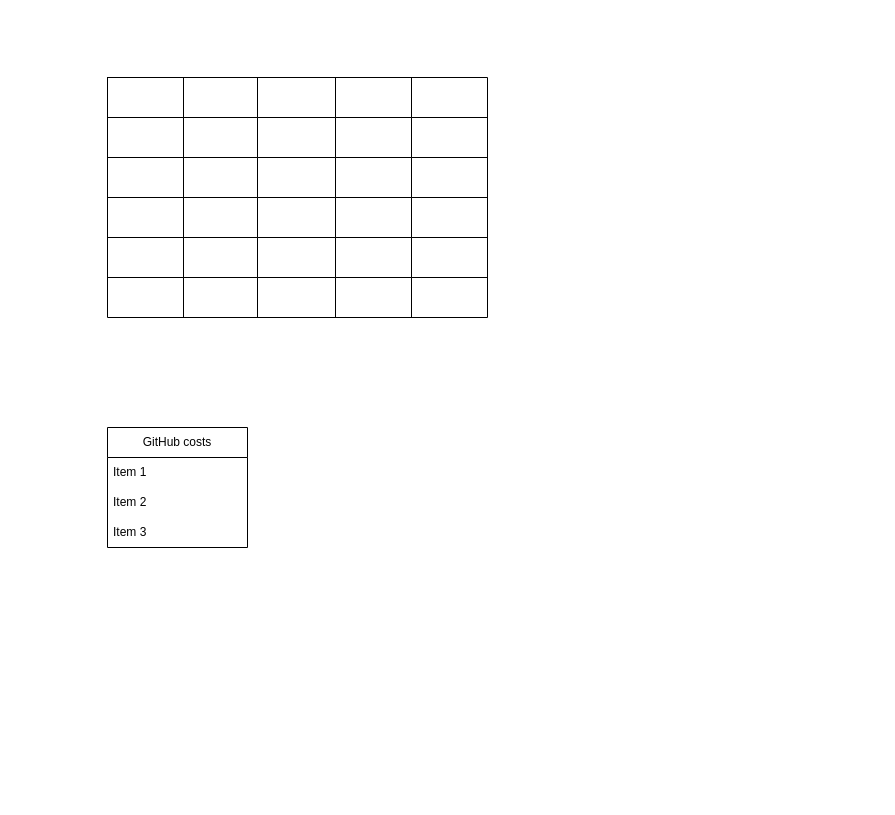
Earlier version of the draw.io diagram page "Cost Estimation" (3 of 3) of timeline.drawio (orenevan/diagrams). Source tidied: cells renumbered, new cells numbered last; positions are measured from the earlier drawing's top-left corner, leaving out a move shared by most shapes. Both pictures are drawn from the tidied source at 100%, with x=0, y=0 at pixel (107, 77). Pictures stored in the file or linked from it are replaced by grey dashed boxes.
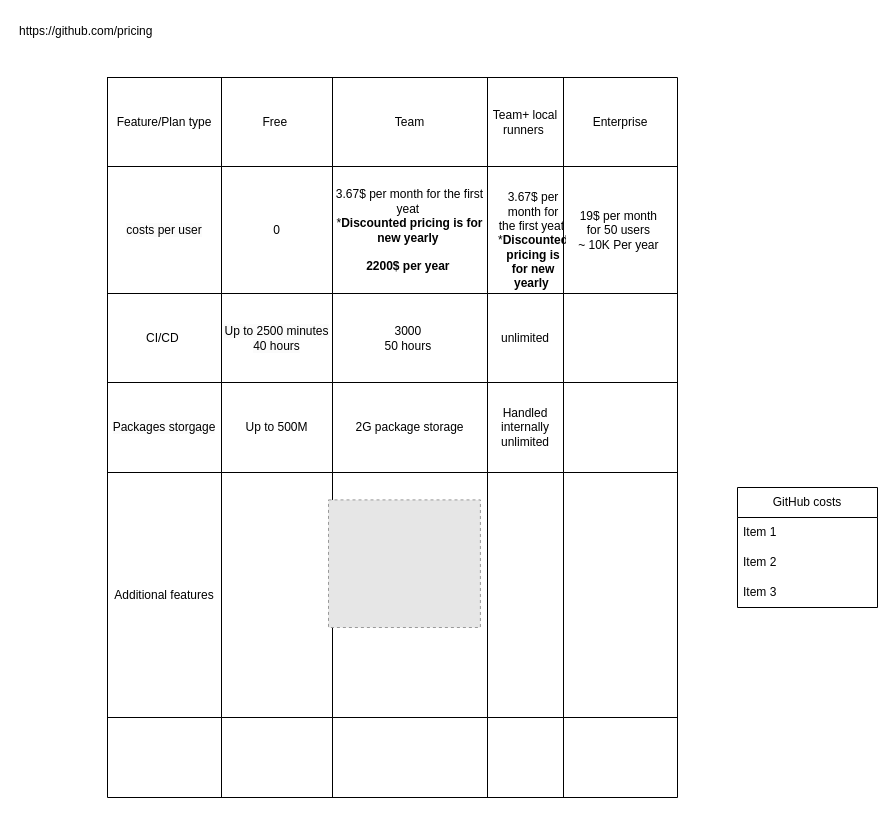
After the change.

Change to the diagram source:
```diff
@@
     <mxCell id="2" value="GitHub costs" style="swimlane;fontStyle=0;horizontal=1;startSize=30;whiteSpace=wrap;html=1;" parent="1" vertex="1">
-      <mxGeometry y="350" width="140" height="120" as="geometry" />
+      <mxGeometry x="630" y="410" width="140" height="120" as="geometry" />
     </mxCell>
@@
     <mxCell id="6" style="shape=table;startSize=0;childLayout=tableLayout;" parent="1" vertex="1">
-      <mxGeometry width="380" height="240" as="geometry" />
+      <mxGeometry width="570" height="720" as="geometry" />
     </mxCell>
     <mxCell id="7" style="shape=tableRow;horizontal=0;startSize=0;swimlaneHead=0;swimlaneBody=0;strokeColor=inherit;top=0;left=0;bottom=0;right=0;fillColor=none;" parent="6" vertex="1">
-      <mxGeometry width="380" height="40" as="geometry" />
+      <mxGeometry width="570" height="89" as="geometry" />
     </mxCell>
-    <mxCell id="8" style="shape=partialRectangle;html=1;whiteSpace=wrap;strokeColor=inherit;overflow=hidden;fillColor=none;top=0;left=0;bottom=0;right=0;" parent="7" vertex="1">
-      <mxGeometry width="76" height="40" as="geometry" />
+    <mxCell id="8" value="Feature/Plan type" style="shape=partialRectangle;html=1;whiteSpace=wrap;strokeColor=inherit;overflow=hidden;fillColor=none;top=0;left=0;bottom=0;right=0;" parent="7" vertex="1">
+      <mxGeometry width="114" height="89" as="geometry" />
     </mxCell>
-    <mxCell id="9" style="shape=partialRectangle;html=1;whiteSpace=wrap;strokeColor=inherit;overflow=hidden;fillColor=none;top=0;left=0;bottom=0;right=0;" parent="7" vertex="1">
-      <mxGeometry x="76" width="74" height="40" as="geometry" />
+    <mxCell id="9" value="Free&amp;nbsp;" style="shape=partialRectangle;html=1;whiteSpace=wrap;strokeColor=inherit;overflow=hidden;fillColor=none;top=0;left=0;bottom=0;right=0;" parent="7" vertex="1">
+      <mxGeometry x="114" width="111" height="89" as="geometry" />
     </mxCell>
-    <mxCell id="10" style="shape=partialRectangle;html=1;whiteSpace=wrap;strokeColor=inherit;overflow=hidden;fillColor=none;top=0;left=0;bottom=0;right=0;" parent="7" vertex="1">
-      <mxGeometry x="150" width="78" height="40" as="geometry" />
+    <mxCell id="10" value="Team" style="shape=partialRectangle;html=1;whiteSpace=wrap;strokeColor=inherit;overflow=hidden;fillColor=none;top=0;left=0;bottom=0;right=0;" parent="7" vertex="1">
+      <mxGeometry x="225" width="155" height="89" as="geometry" />
     </mxCell>
-    <mxCell id="11" style="shape=partialRectangle;html=1;whiteSpace=wrap;strokeColor=inherit;overflow=hidden;fillColor=none;top=0;left=0;bottom=0;right=0;" parent="7" vertex="1">
-      <mxGeometry x="228" width="76" height="40" as="geometry" />
+    <mxCell id="11" value="Team+ local runners&amp;nbsp;" style="shape=partialRectangle;html=1;whiteSpace=wrap;strokeColor=inherit;overflow=hidden;fillColor=none;top=0;left=0;bottom=0;right=0;" parent="7" vertex="1">
+      <mxGeometry x="380" width="76" height="89" as="geometry" />
     </mxCell>
-    <mxCell id="12" style="shape=partialRectangle;html=1;whiteSpace=wrap;strokeColor=inherit;overflow=hidden;fillColor=none;top=0;left=0;bottom=0;right=0;" parent="7" vertex="1">
-      <mxGeometry x="304" width="76" height="40" as="geometry" />
+    <mxCell id="12" value="Enterprise" style="shape=partialRectangle;html=1;whiteSpace=wrap;strokeColor=inherit;overflow=hidden;fillColor=none;top=0;left=0;bottom=0;right=0;" parent="7" vertex="1">
+      <mxGeometry x="456" width="114" height="89" as="geometry" />
     </mxCell>
     <mxCell id="13" style="shape=tableRow;horizontal=0;startSize=0;swimlaneHead=0;swimlaneBody=0;strokeColor=inherit;top=0;left=0;bottom=0;right=0;fillColor=none;" parent="6" vertex="1">
-      <mxGeometry y="40" width="380" height="40" as="geometry" />
+      <mxGeometry y="89" width="570" height="127" as="geometry" />
     </mxCell>
-    <mxCell id="14" style="shape=partialRectangle;html=1;whiteSpace=wrap;strokeColor=inherit;overflow=hidden;fillColor=none;top=0;left=0;bottom=0;right=0;" parent="13" vertex="1">
-      <mxGeometry width="76" height="40" as="geometry" />
+    <mxCell id="14" value="&lt;span style=&quot;color: rgb(0, 0, 0); font-family: Helvetica; font-size: 12px; font-style: normal; font-variant-ligatures: normal; font-variant-caps: normal; font-weight: 400; letter-spacing: normal; orphans: 2; text-align: center; text-indent: 0px; text-transform: none; widows: 2; word-spacing: 0px; -webkit-text-stroke-width: 0px; background-color: rgb(251, 251, 251); text-decoration-thickness: initial; text-decoration-style: initial; text-decoration-color: initial; float: none; display: inline !important;&quot;&gt;costs per user&lt;/span&gt;" style="shape=partialRectangle;html=1;whiteSpace=wrap;strokeColor=inherit;overflow=hidden;fillColor=none;top=0;left=0;bottom=0;right=0;" parent="13" vertex="1">
+      <mxGeometry width="114" height="127" as="geometry" />
     </mxCell>
-    <mxCell id="15" style="shape=partialRectangle;html=1;whiteSpace=wrap;strokeColor=inherit;overflow=hidden;fillColor=none;top=0;left=0;bottom=0;right=0;" parent="13" vertex="1">
-      <mxGeometry x="76" width="74" height="40" as="geometry" />
+    <mxCell id="15" value="0" style="shape=partialRectangle;html=1;whiteSpace=wrap;strokeColor=inherit;overflow=hidden;fillColor=none;top=0;left=0;bottom=0;right=0;" parent="13" vertex="1">
+      <mxGeometry x="114" width="111" height="127" as="geometry" />
     </mxCell>
-    <mxCell id="16" style="shape=partialRectangle;html=1;whiteSpace=wrap;strokeColor=inherit;overflow=hidden;fillColor=none;top=0;left=0;bottom=0;right=0;" parent="13" vertex="1">
-      <mxGeometry x="150" width="78" height="40" as="geometry" />
+    <mxCell id="16" value="3.67$ per month for the first yeat&amp;nbsp;&lt;br&gt;*&lt;b&gt;Discounted pricing is for new yearly&amp;nbsp;&lt;br&gt;&lt;br&gt;2200$ per year&amp;nbsp;&lt;br&gt;&lt;/b&gt;" style="shape=partialRectangle;html=1;whiteSpace=wrap;strokeColor=inherit;overflow=hidden;fillColor=none;top=0;left=0;bottom=0;right=0;" parent="13" vertex="1">
+      <mxGeometry x="225" width="155" height="127" as="geometry" />
     </mxCell>
     <mxCell id="17" style="shape=partialRectangle;html=1;whiteSpace=wrap;strokeColor=inherit;overflow=hidden;fillColor=none;top=0;left=0;bottom=0;right=0;" parent="13" vertex="1">
-      <mxGeometry x="228" width="76" height="40" as="geometry" />
+      <mxGeometry x="380" width="76" height="127" as="geometry" />
     </mxCell>
-    <mxCell id="18" style="shape=partialRectangle;html=1;whiteSpace=wrap;strokeColor=inherit;overflow=hidden;fillColor=none;top=0;left=0;bottom=0;right=0;" parent="13" vertex="1">
-      <mxGeometry x="304" width="76" height="40" as="geometry" />
+    <mxCell id="18" value="19$ per month&amp;nbsp;&lt;br&gt;for 50 users&amp;nbsp;&lt;br&gt;~ 10K Per year&amp;nbsp;" style="shape=partialRectangle;html=1;whiteSpace=wrap;strokeColor=inherit;overflow=hidden;fillColor=none;top=0;left=0;bottom=0;right=0;" parent="13" vertex="1">
+      <mxGeometry x="456" width="114" height="127" as="geometry" />
     </mxCell>
     <mxCell id="19" style="shape=tableRow;horizontal=0;startSize=0;swimlaneHead=0;swimlaneBody=0;strokeColor=inherit;top=0;left=0;bottom=0;right=0;fillColor=none;" parent="6" vertex="1">
-      <mxGeometry y="80" width="380" height="40" as="geometry" />
+      <mxGeometry y="216" width="570" height="89" as="geometry" />
     </mxCell>
-    <mxCell id="20" style="shape=partialRectangle;html=1;whiteSpace=wrap;strokeColor=inherit;overflow=hidden;fillColor=none;top=0;left=0;bottom=0;right=0;" parent="19" vertex="1">
-      <mxGeometry width="76" height="40" as="geometry" />
+    <mxCell id="20" value="CI/CD&amp;nbsp;" style="shape=partialRectangle;html=1;whiteSpace=wrap;strokeColor=inherit;overflow=hidden;fillColor=none;top=0;left=0;bottom=0;right=0;" parent="19" vertex="1">
+      <mxGeometry width="114" height="89" as="geometry" />
     </mxCell>
-    <mxCell id="21" style="shape=partialRectangle;html=1;whiteSpace=wrap;strokeColor=inherit;overflow=hidden;fillColor=none;top=0;left=0;bottom=0;right=0;" parent="19" vertex="1">
-      <mxGeometry x="76" width="74" height="40" as="geometry" />
+    <mxCell id="21" value="&lt;span style=&quot;color: rgb(0, 0, 0); font-family: Helvetica; font-size: 12px; font-style: normal; font-variant-ligatures: normal; font-variant-caps: normal; font-weight: 400; letter-spacing: normal; orphans: 2; text-align: center; text-indent: 0px; text-transform: none; widows: 2; word-spacing: 0px; -webkit-text-stroke-width: 0px; background-color: rgb(251, 251, 251); text-decoration-thickness: initial; text-decoration-style: initial; text-decoration-color: initial; float: none; display: inline !important;&quot;&gt;Up to 2500 minutes&lt;/span&gt;&lt;br style=&quot;border-color: var(--border-color); color: rgb(0, 0, 0); font-family: Helvetica; font-size: 12px; font-style: normal; font-variant-ligatures: normal; font-variant-caps: normal; font-weight: 400; letter-spacing: normal; orphans: 2; text-align: center; text-indent: 0px; text-transform: none; widows: 2; word-spacing: 0px; -webkit-text-stroke-width: 0px; background-color: rgb(251, 251, 251); text-decoration-thickness: initial; text-decoration-style: initial; text-decoration-color: initial;&quot;&gt;&lt;span style=&quot;color: rgb(0, 0, 0); font-family: Helvetica; font-size: 12px; font-style: normal; font-variant-ligatures: normal; font-variant-caps: normal; font-weight: 400; letter-spacing: normal; orphans: 2; text-align: center; text-indent: 0px; text-transform: none; widows: 2; word-spacing: 0px; -webkit-text-stroke-width: 0px; background-color: rgb(251, 251, 251); text-decoration-thickness: initial; text-decoration-style: initial; text-decoration-color: initial; float: none; display: inline !important;&quot;&gt;40 hours&lt;/span&gt;" style="shape=partialRectangle;html=1;whiteSpace=wrap;strokeColor=inherit;overflow=hidden;fillColor=none;top=0;left=0;bottom=0;right=0;" parent="19" vertex="1">
+      <mxGeometry x="114" width="111" height="89" as="geometry" />
     </mxCell>
-    <mxCell id="22" style="shape=partialRectangle;html=1;whiteSpace=wrap;strokeColor=inherit;overflow=hidden;fillColor=none;top=0;left=0;bottom=0;right=0;" parent="19" vertex="1">
-      <mxGeometry x="150" width="78" height="40" as="geometry" />
+    <mxCell id="22" value="3000&amp;nbsp;&lt;br&gt;50 hours&amp;nbsp;" style="shape=partialRectangle;html=1;whiteSpace=wrap;strokeColor=inherit;overflow=hidden;fillColor=none;top=0;left=0;bottom=0;right=0;" parent="19" vertex="1">
+      <mxGeometry x="225" width="155" height="89" as="geometry" />
     </mxCell>
-    <mxCell id="23" style="shape=partialRectangle;html=1;whiteSpace=wrap;strokeColor=inherit;overflow=hidden;fillColor=none;top=0;left=0;bottom=0;right=0;" parent="19" vertex="1">
-      <mxGeometry x="228" width="76" height="40" as="geometry" />
+    <mxCell id="23" value="unlimited" style="shape=partialRectangle;html=1;whiteSpace=wrap;strokeColor=inherit;overflow=hidden;fillColor=none;top=0;left=0;bottom=0;right=0;" parent="19" vertex="1">
+      <mxGeometry x="380" width="76" height="89" as="geometry" />
     </mxCell>
     <mxCell id="24" style="shape=partialRectangle;html=1;whiteSpace=wrap;strokeColor=inherit;overflow=hidden;fillColor=none;top=0;left=0;bottom=0;right=0;" parent="19" vertex="1">
-      <mxGeometry x="304" width="76" height="40" as="geometry" />
+      <mxGeometry x="456" width="114" height="89" as="geometry" />
     </mxCell>
     <mxCell id="25" style="shape=tableRow;horizontal=0;startSize=0;swimlaneHead=0;swimlaneBody=0;strokeColor=inherit;top=0;left=0;bottom=0;right=0;fillColor=none;" parent="6" vertex="1">
-      <mxGeometry y="120" width="380" height="40" as="geometry" />
+      <mxGeometry y="305" width="570" height="90" as="geometry" />
     </mxCell>
-    <mxCell id="26" style="shape=partialRectangle;html=1;whiteSpace=wrap;strokeColor=inherit;overflow=hidden;fillColor=none;top=0;left=0;bottom=0;right=0;" parent="25" vertex="1">
-      <mxGeometry width="76" height="40" as="geometry" />
+    <mxCell id="26" value="&lt;span style=&quot;color: rgb(0, 0, 0); font-family: Helvetica; font-size: 12px; font-style: normal; font-variant-ligatures: normal; font-variant-caps: normal; font-weight: 400; letter-spacing: normal; orphans: 2; text-align: center; text-indent: 0px; text-transform: none; widows: 2; word-spacing: 0px; -webkit-text-stroke-width: 0px; background-color: rgb(251, 251, 251); text-decoration-thickness: initial; text-decoration-style: initial; text-decoration-color: initial; float: none; display: inline !important;&quot;&gt;Packages storgage&lt;/span&gt;" style="shape=partialRectangle;html=1;whiteSpace=wrap;strokeColor=inherit;overflow=hidden;fillColor=none;top=0;left=0;bottom=0;right=0;" parent="25" vertex="1">
+      <mxGeometry width="114" height="90" as="geometry" />
     </mxCell>
-    <mxCell id="27" style="shape=partialRectangle;html=1;whiteSpace=wrap;strokeColor=inherit;overflow=hidden;fillColor=none;top=0;left=0;bottom=0;right=0;" parent="25" vertex="1">
-      <mxGeometry x="76" width="74" height="40" as="geometry" />
+    <mxCell id="27" value="Up to 500M" style="shape=partialRectangle;html=1;whiteSpace=wrap;strokeColor=inherit;overflow=hidden;fillColor=none;top=0;left=0;bottom=0;right=0;" parent="25" vertex="1">
+      <mxGeometry x="114" width="111" height="90" as="geometry" />
     </mxCell>
-    <mxCell id="28" style="shape=partialRectangle;html=1;whiteSpace=wrap;strokeColor=inherit;overflow=hidden;fillColor=none;top=0;left=0;bottom=0;right=0;" parent="25" vertex="1">
-      <mxGeometry x="150" width="78" height="40" as="geometry" />
+    <mxCell id="28" value="2G package storage" style="shape=partialRectangle;html=1;whiteSpace=wrap;strokeColor=inherit;overflow=hidden;fillColor=none;top=0;left=0;bottom=0;right=0;" parent="25" vertex="1">
+      <mxGeometry x="225" width="155" height="90" as="geometry" />
     </mxCell>
-    <mxCell id="29" style="shape=partialRectangle;html=1;whiteSpace=wrap;strokeColor=inherit;overflow=hidden;fillColor=none;top=0;left=0;bottom=0;right=0;" parent="25" vertex="1">
-      <mxGeometry x="228" width="76" height="40" as="geometry" />
+    <mxCell id="29" value="Handled internally unlimited&lt;br&gt;" style="shape=partialRectangle;html=1;whiteSpace=wrap;strokeColor=inherit;overflow=hidden;fillColor=none;top=0;left=0;bottom=0;right=0;" parent="25" vertex="1">
+      <mxGeometry x="380" width="76" height="90" as="geometry" />
     </mxCell>
     <mxCell id="30" style="shape=partialRectangle;html=1;whiteSpace=wrap;strokeColor=inherit;overflow=hidden;fillColor=none;top=0;left=0;bottom=0;right=0;" parent="25" vertex="1">
-      <mxGeometry x="304" width="76" height="40" as="geometry" />
+      <mxGeometry x="456" width="114" height="90" as="geometry" />
     </mxCell>
     <mxCell id="31" style="shape=tableRow;horizontal=0;startSize=0;swimlaneHead=0;swimlaneBody=0;strokeColor=inherit;top=0;left=0;bottom=0;right=0;fillColor=none;" parent="6" vertex="1">
-      <mxGeometry y="160" width="380" height="40" as="geometry" />
+      <mxGeometry y="395" width="570" height="245" as="geometry" />
     </mxCell>
-    <mxCell id="32" style="shape=partialRectangle;html=1;whiteSpace=wrap;strokeColor=inherit;overflow=hidden;fillColor=none;top=0;left=0;bottom=0;right=0;" parent="31" vertex="1">
-      <mxGeometry width="76" height="40" as="geometry" />
+    <mxCell id="32" value="Additional features" style="shape=partialRectangle;html=1;whiteSpace=wrap;strokeColor=inherit;overflow=hidden;fillColor=none;top=0;left=0;bottom=0;right=0;" parent="31" vertex="1">
+      <mxGeometry width="114" height="245" as="geometry" />
     </mxCell>
     <mxCell id="33" style="shape=partialRectangle;html=1;whiteSpace=wrap;strokeColor=inherit;overflow=hidden;fillColor=none;top=0;left=0;bottom=0;right=0;" parent="31" vertex="1">
-      <mxGeometry x="76" width="74" height="40" as="geometry" />
+      <mxGeometry x="114" width="111" height="245" as="geometry" />
     </mxCell>
     <mxCell id="34" style="shape=partialRectangle;html=1;whiteSpace=wrap;strokeColor=inherit;overflow=hidden;fillColor=none;top=0;left=0;bottom=0;right=0;" parent="31" vertex="1">
-      <mxGeometry x="150" width="78" height="40" as="geometry" />
+      <mxGeometry x="225" width="155" height="245" as="geometry" />
     </mxCell>
     <mxCell id="35" style="shape=partialRectangle;html=1;whiteSpace=wrap;strokeColor=inherit;overflow=hidden;fillColor=none;top=0;left=0;bottom=0;right=0;" parent="31" vertex="1">
-      <mxGeometry x="228" width="76" height="40" as="geometry" />
+      <mxGeometry x="380" width="76" height="245" as="geometry" />
     </mxCell>
     <mxCell id="36" style="shape=partialRectangle;html=1;whiteSpace=wrap;strokeColor=inherit;overflow=hidden;fillColor=none;top=0;left=0;bottom=0;right=0;" parent="31" vertex="1">
-      <mxGeometry x="304" width="76" height="40" as="geometry" />
+      <mxGeometry x="456" width="114" height="245" as="geometry" />
     </mxCell>
     <mxCell id="37" style="shape=tableRow;horizontal=0;startSize=0;swimlaneHead=0;swimlaneBody=0;strokeColor=inherit;top=0;left=0;bottom=0;right=0;fillColor=none;" parent="6" vertex="1">
-      <mxGeometry y="200" width="380" height="40" as="geometry" />
+      <mxGeometry y="640" width="570" height="80" as="geometry" />
     </mxCell>
     <mxCell id="38" style="shape=partialRectangle;html=1;whiteSpace=wrap;strokeColor=inherit;overflow=hidden;fillColor=none;top=0;left=0;bottom=0;right=0;" parent="37" vertex="1">
-      <mxGeometry width="76" height="40" as="geometry" />
+      <mxGeometry width="114" height="80" as="geometry" />
     </mxCell>
     <mxCell id="39" style="shape=partialRectangle;html=1;whiteSpace=wrap;strokeColor=inherit;overflow=hidden;fillColor=none;top=0;left=0;bottom=0;right=0;" parent="37" vertex="1">
-      <mxGeometry x="76" width="74" height="40" as="geometry" />
+      <mxGeometry x="114" width="111" height="80" as="geometry" />
     </mxCell>
     <mxCell id="40" style="shape=partialRectangle;html=1;whiteSpace=wrap;strokeColor=inherit;overflow=hidden;fillColor=none;top=0;left=0;bottom=0;right=0;" parent="37" vertex="1">
-      <mxGeometry x="150" width="78" height="40" as="geometry" />
+      <mxGeometry x="225" width="155" height="80" as="geometry" />
     </mxCell>
     <mxCell id="41" style="shape=partialRectangle;html=1;whiteSpace=wrap;strokeColor=inherit;overflow=hidden;fillColor=none;top=0;left=0;bottom=0;right=0;" parent="37" vertex="1">
-      <mxGeometry x="228" width="76" height="40" as="geometry" />
+      <mxGeometry x="380" width="76" height="80" as="geometry" />
     </mxCell>
     <mxCell id="42" style="shape=partialRectangle;html=1;whiteSpace=wrap;strokeColor=inherit;overflow=hidden;fillColor=none;top=0;left=0;bottom=0;right=0;" parent="37" vertex="1">
-      <mxGeometry x="304" width="76" height="40" as="geometry" />
+      <mxGeometry x="456" width="114" height="80" as="geometry" />
     </mxCell>
+    <mxCell id="43" value="https://github.com/pricing" style="text;whiteSpace=wrap;" parent="1" vertex="1">
+      <mxGeometry x="-90" y="-60" width="200" height="40" as="geometry" />
+    </mxCell>
+    <mxCell id="44" style="fillColor=#E6E6E6;strokeColor=#999999;dashed=1;verticalLabelPosition=bottom;verticalAlign=top;" parent="1" vertex="1">
+      <mxGeometry x="221" y="422.4" width="151.9" height="127.6" as="geometry" />
+    </mxCell>
+    <mxCell id="45" value="3.67$ per month for the first yeat&amp;nbsp;&lt;br&gt;*&lt;b&gt;Discounted pricing is for new yearly&amp;nbsp;&lt;/b&gt;" style="shape=partialRectangle;html=1;whiteSpace=wrap;strokeColor=inherit;overflow=hidden;fillColor=none;top=0;left=0;bottom=0;right=0;" parent="1" vertex="1">
+      <mxGeometry x="390" y="99" width="70" height="127" as="geometry" />
+    </mxCell>
```
